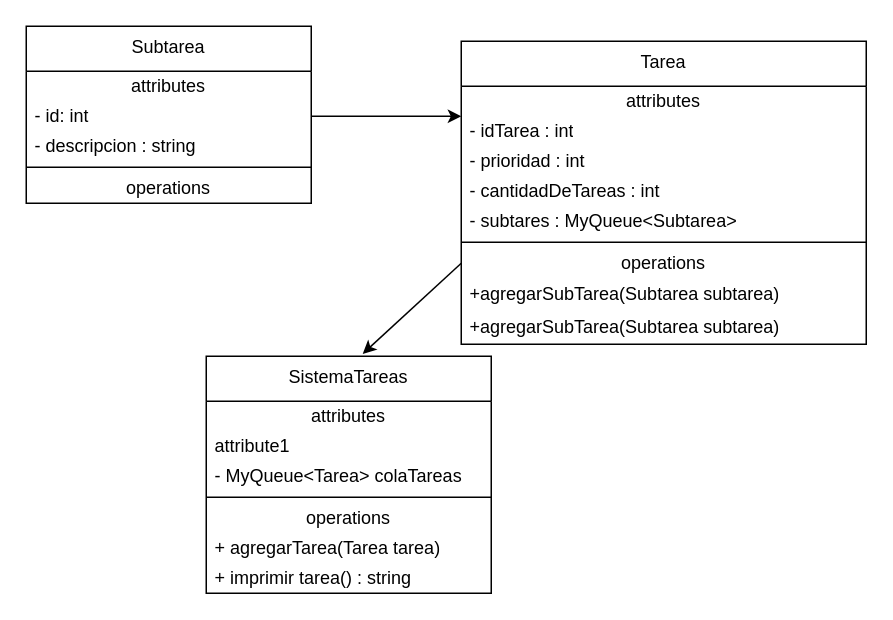
This is Unidad_2_Programacion/Colas/SistemaTareas/diagrama/procesoEjecucion.dio from EdgarSteinberg/UTN-Programacion-II, a draw.io file, before an edit. Source tidied: cells renumbered, new cells numbered last; positions are measured from the earlier drawing's top-left corner, leaving out a move shared by most shapes. Both pictures are drawn from the tidied source at 150%, with x=0, y=0 at pixel (26, 26).
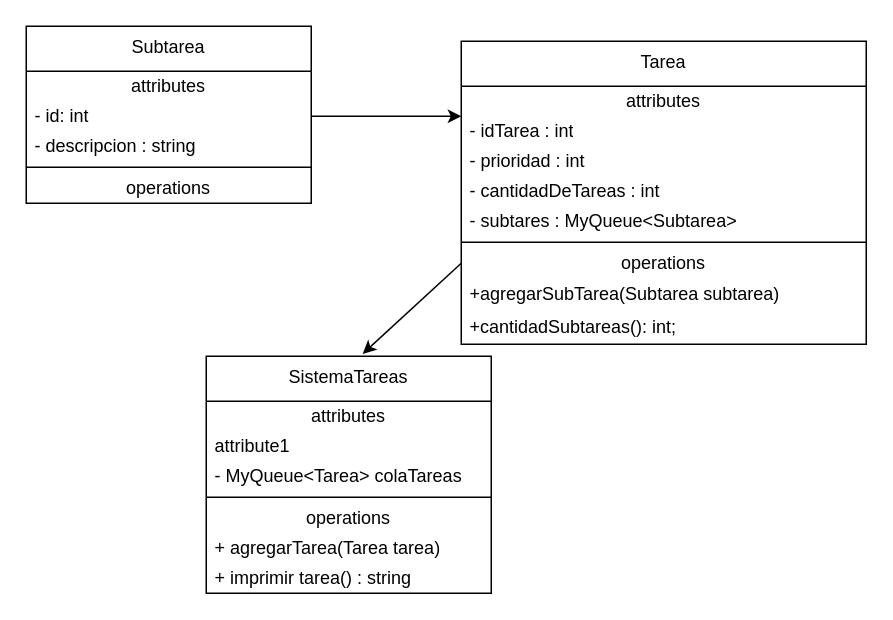
After the change.

Commit message (it also covers changes not shown here):
agragando diagrama de clases ejercicio bancos

The change refers to these unchanged cells:
```xml
<mxCell id="8" value="&lt;span style=&quot;color: rgb(0, 0, 0);&quot;&gt;Tarea&lt;/span&gt;" style="swimlane;fontStyle=0;align=center;verticalAlign=top;horizontal=1;startSize=30;html=1;whiteSpace=wrap;" parent="1" vertex="1">
  <mxGeometry x="290" y="10" width="270" height="202" as="geometry" />
</mxCell>
```

The edit, as a diff of the source:
```diff
@@
-    <mxCell id="17" value="+agregarSubTarea(Subtarea subtarea)" style="text;html=1;strokeColor=none;fillColor=none;align=left;verticalAlign=middle;spacingLeft=4;spacingRight=4;overflow=hidden;whiteSpace=wrap;" parent="8" vertex="1">
+    <mxCell id="17" value="+cantidadSubtareas(): int;" style="text;html=1;strokeColor=none;fillColor=none;align=left;verticalAlign=middle;spacingLeft=4;spacingRight=4;overflow=hidden;whiteSpace=wrap;" parent="8" vertex="1">
       <mxGeometry y="180" width="270" height="22" as="geometry" />
     </mxCell>
```
